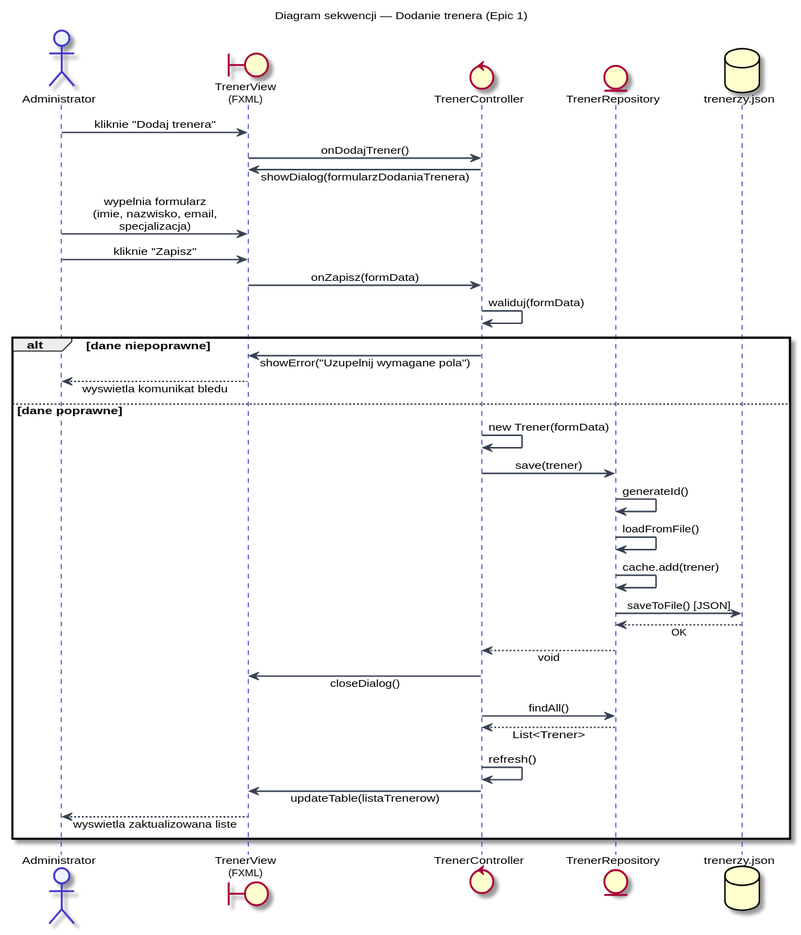
SliceOf314159/salFit keeps this PlantUML diagram as docs/SD_DodajTrenera.svg. Above is the earlier version. Source of this version:
```plantuml
@startuml SD_DodajTrenera
title Diagram sekwencji — Dodanie trenera (Epic 1)

skinparam defaultFontName Arial
skinparam defaultFontSize 11
skinparam sequenceMessageAlign center
skinparam responseMessageBelowArrow true

skinparam participant {
  BackgroundColor #EEF2FF
  BorderColor #4338CA
  FontColor #1a1f3c
}
skinparam actor {
  BackgroundColor #EEF2FF
  BorderColor #4338CA
}
skinparam sequence {
  ArrowColor #374151
  ArrowThickness 1.5
  LifeLineBorderColor #4338CA
  LifeLineBackgroundColor #E0E7FF
  DividerBackgroundColor #F0FDF4
  DividerBorderColor #16A34A
}
skinparam note {
  BackgroundColor #FEF9C3
  BorderColor #CA8A04
}

actor Administrator
boundary "TrenerView\n(FXML)" as View
control "TrenerController" as Controller
entity "TrenerRepository" as Repo
database "trenerzy.json" as File

Administrator -> View       : kliknie "Dodaj trenera"
View          -> Controller : onDodajTrener()
Controller    -> View       : showDialog(formularzDodaniaTrenera)

Administrator -> View       : wypelnia formularz\n(imie, nazwisko, email,\nspecjalizacja)
Administrator -> View       : kliknie "Zapisz"
View          -> Controller : onZapisz(formData)

Controller    -> Controller : waliduj(formData)

alt dane niepoprawne
  Controller  -> View       : showError("Uzupelnij wymagane pola")
  View        --> Administrator : wyswietla komunikat bledu
else dane poprawne
  Controller  -> Controller : new Trener(formData)
  Controller  -> Repo       : save(trener)
  Repo        -> Repo       : generateId()
  Repo        -> Repo       : loadFromFile()
  Repo        -> Repo       : cache.add(trener)
  Repo        -> File       : saveToFile() [JSON]
  File        --> Repo      : OK
  Repo        --> Controller : void
  Controller  -> View       : closeDialog()
  Controller  -> Repo       : findAll()
  Repo        --> Controller : List<Trener>
  Controller  -> Controller  : refresh()
  Controller  -> View        : updateTable(listaTrenerow)
  View        --> Administrator : wyswietla zaktualizowana liste
end

@enduml
```
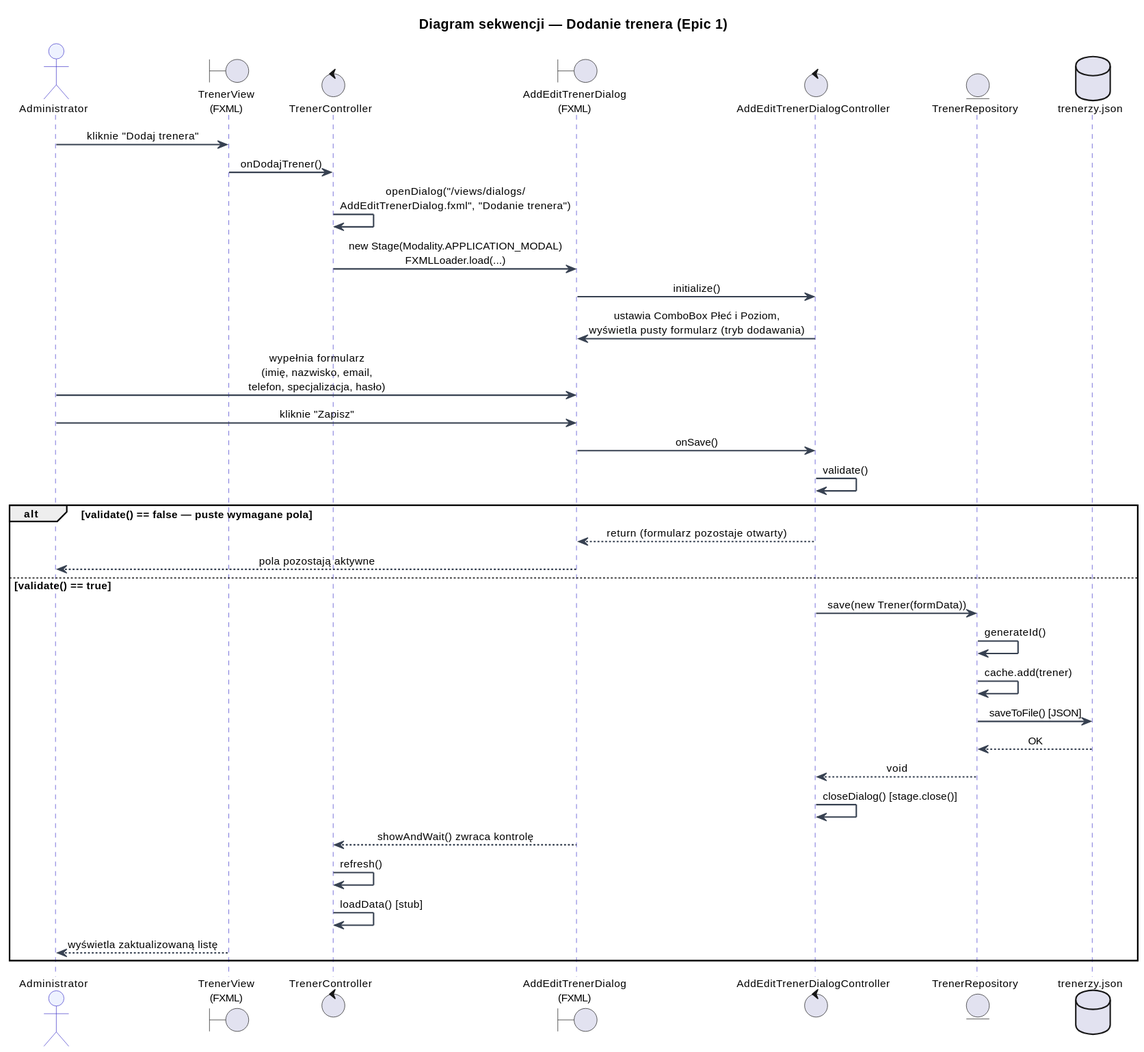
After the commit.

The edit, as a diff of the source:
```diff
@@ -1,4 +1,4 @@
-@startuml SD_DodajTrenera
+@startuml
 title Diagram sekwencji — Dodanie trenera (Epic 1)
 
 skinparam defaultFontName Arial
@@ -31,37 +31,38 @@
 actor Administrator
 boundary "TrenerView\n(FXML)" as View
 control "TrenerController" as Controller
+boundary "AddEditTrenerDialog\n(FXML)" as Dialog
+control "AddEditTrenerDialogController" as DialogCtrl
 entity "TrenerRepository" as Repo
 database "trenerzy.json" as File
 
 Administrator -> View       : kliknie "Dodaj trenera"
 View          -> Controller : onDodajTrener()
-Controller    -> View       : showDialog(formularzDodaniaTrenera)
 
-Administrator -> View       : wypelnia formularz\n(imie, nazwisko, email,\nspecjalizacja)
-Administrator -> View       : kliknie "Zapisz"
-View          -> Controller : onZapisz(formData)
+Controller    -> Controller : openDialog("/views/dialogs/\nAddEditTrenerDialog.fxml", "Dodanie trenera")
+Controller    -> Dialog     : new Stage(Modality.APPLICATION_MODAL)\nFXMLLoader.load(...)
+Dialog        -> DialogCtrl : initialize()
+DialogCtrl    -> Dialog     : ustawia ComboBox Płeć i Poziom,\nwyświetla pusty formularz (tryb dodawania)
 
-Controller    -> Controller : waliduj(formData)
+Administrator -> Dialog     : wypełnia formularz\n(imię, nazwisko, email,\ntelefon, specjalizacja, hasło)
+Administrator -> Dialog     : kliknie "Zapisz"
+Dialog        -> DialogCtrl : onSave()
+DialogCtrl    -> DialogCtrl : validate()
 
-alt dane niepoprawne
-  Controller  -> View       : showError("Uzupelnij wymagane pola")
-  View        --> Administrator : wyswietla komunikat bledu
-else dane poprawne
-  Controller  -> Controller : new Trener(formData)
-  Controller  -> Repo       : save(trener)
+alt validate() == false — puste wymagane pola
+  DialogCtrl  --> Dialog    : return (formularz pozostaje otwarty)
+  Dialog      --> Administrator : pola pozostają aktywne
+else validate() == true
+  DialogCtrl  -> Repo       : save(new Trener(formData))
   Repo        -> Repo       : generateId()
-  Repo        -> Repo       : loadFromFile()
   Repo        -> Repo       : cache.add(trener)
   Repo        -> File       : saveToFile() [JSON]
   File        --> Repo      : OK
-  Repo        --> Controller : void
-  Controller  -> View       : closeDialog()
-  Controller  -> Repo       : findAll()
-  Repo        --> Controller : List<Trener>
-  Controller  -> Controller  : refresh()
-  Controller  -> View        : updateTable(listaTrenerow)
-  View        --> Administrator : wyswietla zaktualizowana liste
+  Repo        --> DialogCtrl : void
+  DialogCtrl  -> DialogCtrl : closeDialog() [stage.close()]
+  Dialog      --> Controller : showAndWait() zwraca kontrolę
+  Controller  -> Controller : refresh()
+  Controller  -> Controller : loadData() [stub]
+  View        --> Administrator : wyświetla zaktualizowaną listę
 end
-
 @enduml
```
